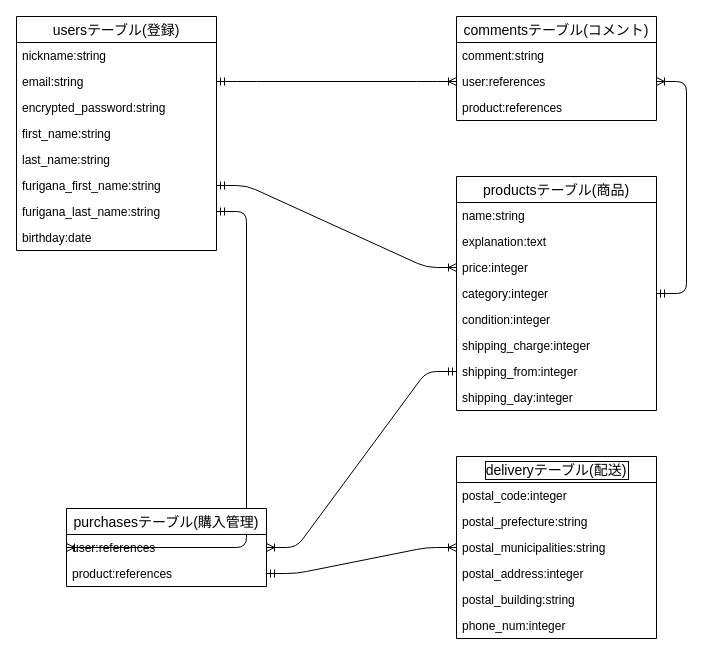
Before: furima-29386.drawio in Komatsuzaki1935/furima-29386, a draw.io diagram. Source tidied: cells renumbered, new cells numbered last; positions are measured from the earlier drawing's top-left corner, leaving out a move shared by most shapes. Both pictures are drawn from the tidied source at 100%, with x=0, y=0 at pixel (16, 16).
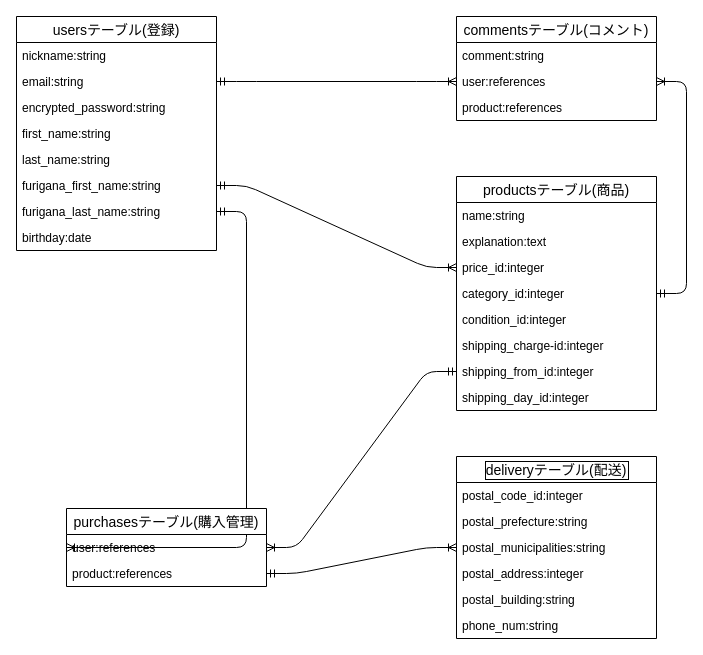
The same diagram, later.

Commit message (it also covers changes not shown here):
postal_buildingのoptionとER図テーブル内の修正

Unchanged cells that the change refers to:
```xml
<mxCell id="18" value="productsテーブル(商品)" style="swimlane;fontStyle=0;horizontal=1;startSize=26;align=center;fontSize=14;" parent="1" vertex="1">
  <mxGeometry x="440" y="160" width="200" height="234" as="geometry" />
</mxCell>
<mxCell id="27" value="deliveryテーブル(配送)" style="swimlane;fontStyle=0;horizontal=1;startSize=26;align=center;fontSize=14;labelBorderColor=#000000;" parent="1" vertex="1">
  <mxGeometry x="440" y="440" width="200" height="182" as="geometry" />
</mxCell>
```

Change to the diagram source:
```diff
@@
-    <mxCell id="21" value="price:integer" style="text;strokeColor=none;fillColor=none;spacingLeft=4;spacingRight=4;overflow=hidden;points=[[0,0.5],[1,0.5]];portConstraint=eastwest;fontSize=12;" parent="18" vertex="1">
+    <mxCell id="21" value="price_id:integer" style="text;strokeColor=none;fillColor=none;spacingLeft=4;spacingRight=4;overflow=hidden;points=[[0,0.5],[1,0.5]];portConstraint=eastwest;fontSize=12;" parent="18" vertex="1">
       <mxGeometry y="78" width="200" height="26" as="geometry" />
     </mxCell>
-    <mxCell id="22" value="category:integer" style="text;strokeColor=none;fillColor=none;spacingLeft=4;spacingRight=4;overflow=hidden;points=[[0,0.5],[1,0.5]];portConstraint=eastwest;fontSize=12;" parent="18" vertex="1">
+    <mxCell id="22" value="category_id:integer" style="text;strokeColor=none;fillColor=none;spacingLeft=4;spacingRight=4;overflow=hidden;points=[[0,0.5],[1,0.5]];portConstraint=eastwest;fontSize=12;" parent="18" vertex="1">
       <mxGeometry y="104" width="200" height="26" as="geometry" />
     </mxCell>
-    <mxCell id="23" value="condition:integer" style="text;strokeColor=none;fillColor=none;spacingLeft=4;spacingRight=4;overflow=hidden;fontSize=12;" parent="18" vertex="1">
+    <mxCell id="23" value="condition_id:integer" style="text;strokeColor=none;fillColor=none;spacingLeft=4;spacingRight=4;overflow=hidden;fontSize=12;" parent="18" vertex="1">
       <mxGeometry y="130" width="200" height="26" as="geometry" />
     </mxCell>
-    <mxCell id="24" value="shipping_charge:integer" style="text;strokeColor=none;fillColor=none;spacingLeft=4;spacingRight=4;overflow=hidden;fontSize=12;" parent="18" vertex="1">
+    <mxCell id="24" value="shipping_charge-id:integer" style="text;strokeColor=none;fillColor=none;spacingLeft=4;spacingRight=4;overflow=hidden;fontSize=12;" parent="18" vertex="1">
       <mxGeometry y="156" width="200" height="26" as="geometry" />
     </mxCell>
-    <mxCell id="25" value="shipping_from:integer" style="text;strokeColor=none;fillColor=none;spacingLeft=4;spacingRight=4;overflow=hidden;points=[[0,0.5],[1,0.5]];portConstraint=eastwest;fontSize=12;" parent="18" vertex="1">
+    <mxCell id="25" value="shipping_from_id:integer" style="text;strokeColor=none;fillColor=none;spacingLeft=4;spacingRight=4;overflow=hidden;points=[[0,0.5],[1,0.5]];portConstraint=eastwest;fontSize=12;" parent="18" vertex="1">
       <mxGeometry y="182" width="200" height="26" as="geometry" />
     </mxCell>
-    <mxCell id="26" value="shipping_day:integer" style="text;strokeColor=none;fillColor=none;spacingLeft=4;spacingRight=4;overflow=hidden;fontSize=12;" parent="18" vertex="1">
+    <mxCell id="26" value="shipping_day_id:integer" style="text;strokeColor=none;fillColor=none;spacingLeft=4;spacingRight=4;overflow=hidden;fontSize=12;" parent="18" vertex="1">
       <mxGeometry y="208" width="200" height="26" as="geometry" />
     </mxCell>
@@
-    <mxCell id="28" value="postal_code:integer" style="text;strokeColor=none;fillColor=none;spacingLeft=4;spacingRight=4;overflow=hidden;fontSize=12;" parent="27" vertex="1">
+    <mxCell id="28" value="postal_code_id:integer" style="text;strokeColor=none;fillColor=none;spacingLeft=4;spacingRight=4;overflow=hidden;fontSize=12;" parent="27" vertex="1">
       <mxGeometry y="26" width="200" height="26" as="geometry" />
     </mxCell>
@@
-    <mxCell id="33" value="phone_num:integer" style="text;strokeColor=none;fillColor=none;spacingLeft=4;spacingRight=4;overflow=hidden;fontSize=12;" parent="27" vertex="1">
+    <mxCell id="33" value="phone_num:string" style="text;strokeColor=none;fillColor=none;spacingLeft=4;spacingRight=4;overflow=hidden;fontSize=12;" parent="27" vertex="1">
       <mxGeometry y="156" width="200" height="26" as="geometry" />
     </mxCell>
```
